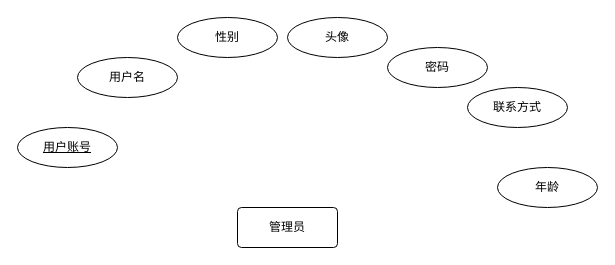
Before: 毕设实体E-R图.drawio in pasesc/public_page, a draw.io diagram. Source tidied: cells renumbered, new cells numbered last; positions are measured from the earlier drawing's top-left corner, leaving out a move shared by most shapes. Both pictures are drawn from the tidied source at 100%, with x=0, y=0 at pixel (17, 17).
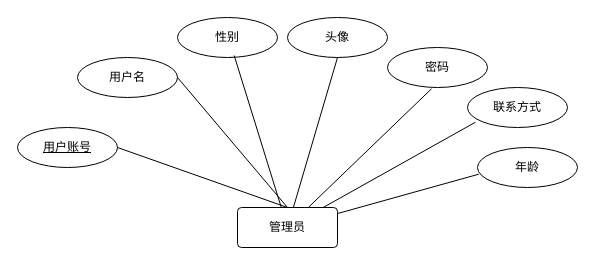
The same page after the edit.

Commit message (it also covers changes not shown here):
更新毕设实体E-R图.drawio

Diff of the diagram source:
```diff
@@
 <mxGraphModel>
   <root>
     <mxCell id="0" />
     <mxCell id="1" parent="0" />
     <mxCell id="2" value="管理员" style="rounded=1;arcSize=10;whiteSpace=wrap;html=1;align=center;" parent="1" vertex="1">
       <mxGeometry x="220" y="190" width="100" height="40" as="geometry" />
     </mxCell>
     <mxCell id="3" value="用户账号" style="ellipse;whiteSpace=wrap;html=1;align=center;fontStyle=4;" parent="1" vertex="1">
       <mxGeometry y="110" width="100" height="40" as="geometry" />
     </mxCell>
     <mxCell id="4" value="用户名" style="ellipse;whiteSpace=wrap;html=1;align=center;" parent="1" vertex="1">
       <mxGeometry x="60" y="40" width="100" height="40" as="geometry" />
     </mxCell>
     <mxCell id="5" value="性别" style="ellipse;whiteSpace=wrap;html=1;align=center;" parent="1" vertex="1">
       <mxGeometry x="160" width="100" height="40" as="geometry" />
     </mxCell>
     <mxCell id="6" value="头像" style="ellipse;whiteSpace=wrap;html=1;align=center;" parent="1" vertex="1">
       <mxGeometry x="270" width="100" height="40" as="geometry" />
     </mxCell>
     <mxCell id="7" value="密码" style="ellipse;whiteSpace=wrap;html=1;align=center;" parent="1" vertex="1">
       <mxGeometry x="370" y="30" width="100" height="40" as="geometry" />
     </mxCell>
     <mxCell id="8" value="联系方式" style="ellipse;whiteSpace=wrap;html=1;align=center;" parent="1" vertex="1">
       <mxGeometry x="450" y="70" width="100" height="40" as="geometry" />
     </mxCell>
     <mxCell id="9" value="年龄" style="ellipse;whiteSpace=wrap;html=1;align=center;" parent="1" vertex="1">
-      <mxGeometry x="480" y="150" width="100" height="40" as="geometry" />
+      <mxGeometry x="460" y="130" width="100" height="40" as="geometry" />
     </mxCell>
+    <mxCell id="10" style="endArrow=none;html=1;rounded=0;exitX=1;exitY=0.5;exitDx=0;exitDy=0;entryX=0.5;entryY=0;entryDx=0;entryDy=0;" parent="1" edge="1" source="3" target="2">
+      <mxGeometry relative="1" as="geometry" />
+    </mxCell>
+    <mxCell id="11" style="endArrow=none;html=1;rounded=0;exitX=1;exitY=0.5;exitDx=0;exitDy=0;" parent="1" edge="1" source="4">
+      <mxGeometry relative="1" as="geometry">
+        <mxPoint x="270" y="190" as="targetPoint" />
+      </mxGeometry>
+    </mxCell>
+    <mxCell id="12" style="endArrow=none;html=1;rounded=0;entryX=0.567;entryY=0.95;entryDx=0;entryDy=0;entryPerimeter=0;" parent="1" edge="1" source="2" target="5">
+      <mxGeometry relative="1" as="geometry" />
+    </mxCell>
+    <mxCell id="13" style="endArrow=none;html=1;rounded=0;entryX=0.5;entryY=1;entryDx=0;entryDy=0;" parent="1" edge="1" source="2" target="6">
+      <mxGeometry relative="1" as="geometry" />
+    </mxCell>
+    <mxCell id="14" style="endArrow=none;html=1;rounded=0;entryX=0.44;entryY=1.033;entryDx=0;entryDy=0;entryPerimeter=0;" parent="1" edge="1" source="2" target="7">
+      <mxGeometry relative="1" as="geometry" />
+    </mxCell>
+    <mxCell id="15" style="endArrow=none;html=1;rounded=0;entryX=0.08;entryY=0.867;entryDx=0;entryDy=0;entryPerimeter=0;" parent="1" edge="1" source="2" target="8">
+      <mxGeometry relative="1" as="geometry" />
+    </mxCell>
+    <mxCell id="16" style="endArrow=none;html=1;rounded=0;entryX=0.013;entryY=0.667;entryDx=0;entryDy=0;entryPerimeter=0;" parent="1" edge="1" source="2" target="9">
+      <mxGeometry relative="1" as="geometry" />
+    </mxCell>
   </root>
 </mxGraphModel>
```
